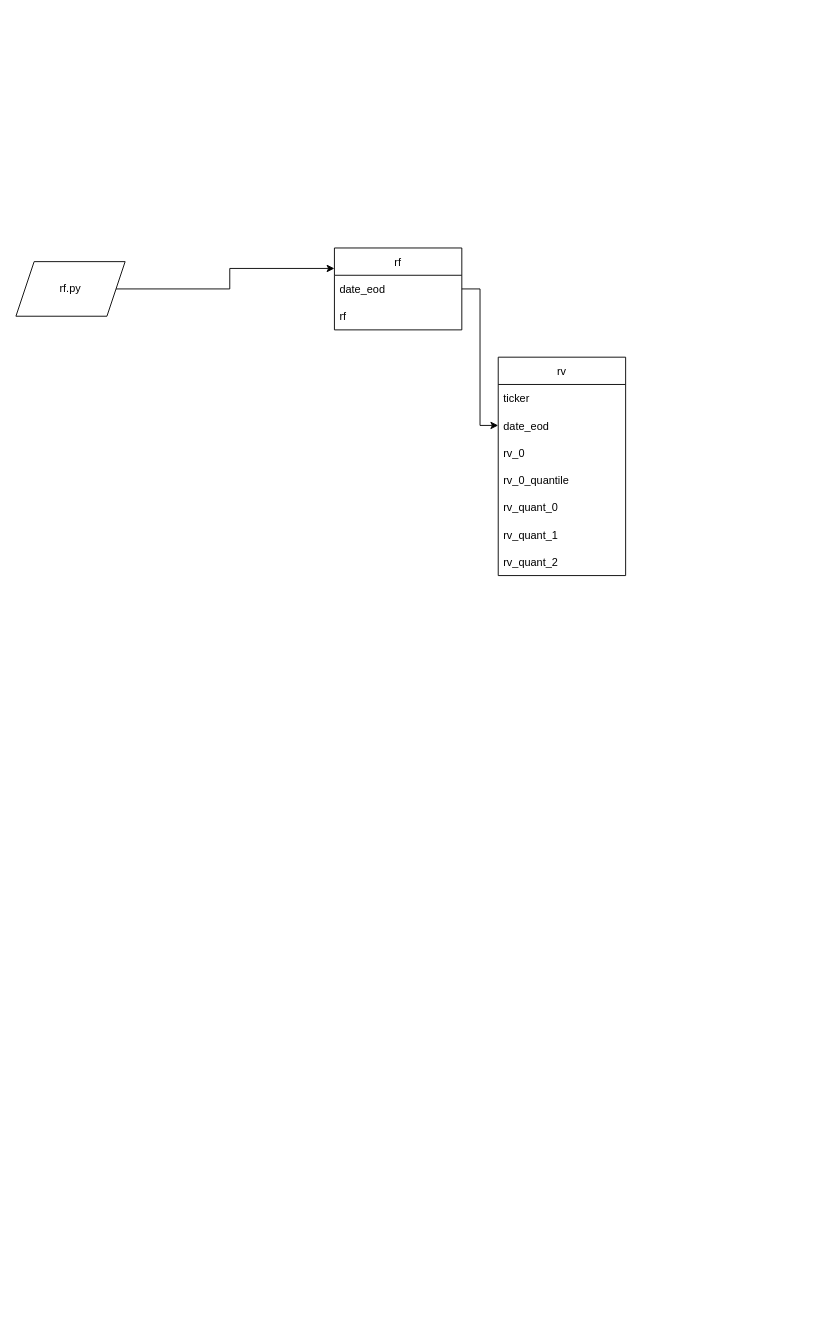
This is Untitled Diagram.drawio from IDontReallyCode/CNGARCH, a draw.io file, before an edit. Source tidied: cells renumbered, new cells numbered last; positions are measured from the earlier drawing's top-left corner, leaving out a move shared by most shapes. Both pictures are drawn from the tidied source at 91%, with x=0, y=0 at pixel (15, 248).
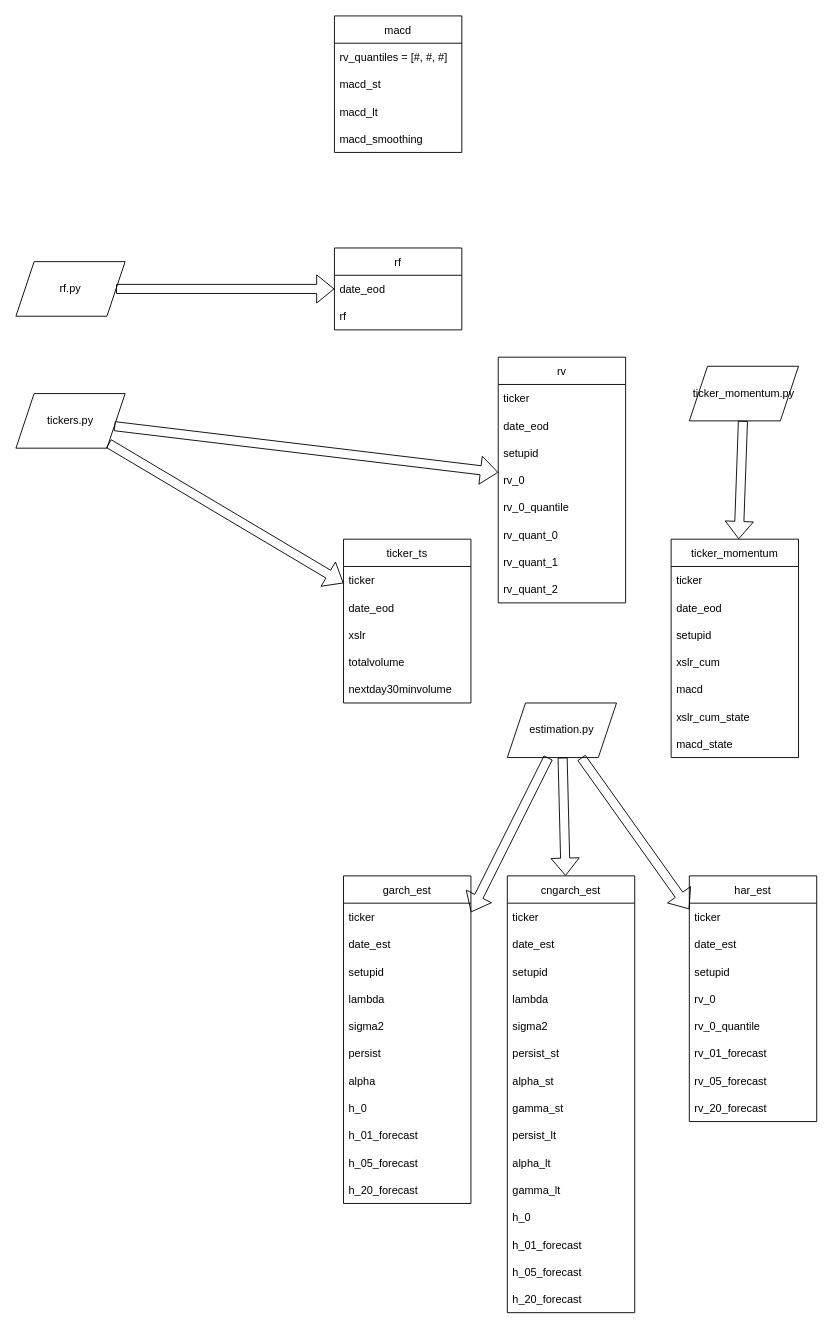
After the change.

Unchanged cells that the change refers to:
```xml
<mxCell id="2" value="rf" style="swimlane;fontStyle=0;horizontal=1;startSize=30;" parent="1" vertex="1">
  <mxGeometry x="350" width="140" height="90" as="geometry" />
</mxCell>
<mxCell id="3" value="date_eod" style="text;strokeColor=none;fillColor=none;align=left;verticalAlign=middle;spacingLeft=4;spacingRight=4;overflow=hidden;points=[[0,0.5],[1,0.5]];portConstraint=eastwest;" parent="2" vertex="1">
  <mxGeometry y="30" width="140" height="30" as="geometry" />
</mxCell>
<mxCell id="7" value="date_eod" style="text;strokeColor=none;fillColor=none;align=left;verticalAlign=middle;spacingLeft=4;spacingRight=4;overflow=hidden;points=[[0,0.5],[1,0.5]];portConstraint=eastwest;" parent="5" vertex="1">
  <mxGeometry y="60" width="140" height="30" as="geometry" />
</mxCell>
```

What changed in the source:
```diff
@@
     <mxCell id="5" value="rv" style="swimlane;fontStyle=0;horizontal=1;startSize=30;" parent="1" vertex="1">
-      <mxGeometry x="530" y="120" width="140" height="240" as="geometry" />
+      <mxGeometry x="530" y="120" width="140" height="270" as="geometry" />
     </mxCell>
@@
+    <mxCell id="16" value="setupid" style="text;strokeColor=none;fillColor=none;align=left;verticalAlign=middle;spacingLeft=4;spacingRight=4;overflow=hidden;" parent="5" vertex="1">
+      <mxGeometry y="90" width="140" height="30" as="geometry" />
+    </mxCell>
     <mxCell id="8" value="rv_0" style="text;strokeColor=none;fillColor=none;align=left;verticalAlign=middle;spacingLeft=4;spacingRight=4;overflow=hidden;" parent="5" vertex="1">
-      <mxGeometry y="90" width="140" height="30" as="geometry" />
+      <mxGeometry y="120" width="140" height="30" as="geometry" />
     </mxCell>
     <mxCell id="9" value="rv_0_quantile" style="text;strokeColor=none;fillColor=none;align=left;verticalAlign=middle;spacingLeft=4;spacingRight=4;overflow=hidden;" parent="5" vertex="1">
-      <mxGeometry y="120" width="140" height="30" as="geometry" />
+      <mxGeometry y="150" width="140" height="30" as="geometry" />
     </mxCell>
     <mxCell id="10" value="rv_quant_0" style="text;strokeColor=none;fillColor=none;align=left;verticalAlign=middle;spacingLeft=4;spacingRight=4;overflow=hidden;" parent="5" vertex="1">
-      <mxGeometry y="150" width="140" height="30" as="geometry" />
+      <mxGeometry y="180" width="140" height="30" as="geometry" />
     </mxCell>
     <mxCell id="11" value="rv_quant_1" style="text;strokeColor=none;fillColor=none;align=left;verticalAlign=middle;spacingLeft=4;spacingRight=4;overflow=hidden;" parent="5" vertex="1">
-      <mxGeometry y="180" width="140" height="30" as="geometry" />
+      <mxGeometry y="210" width="140" height="30" as="geometry" />
     </mxCell>
     <mxCell id="12" value="rv_quant_2" style="text;strokeColor=none;fillColor=none;align=left;verticalAlign=middle;spacingLeft=4;spacingRight=4;overflow=hidden;" parent="5" vertex="1">
-      <mxGeometry y="210" width="140" height="30" as="geometry" />
+      <mxGeometry y="240" width="140" height="30" as="geometry" />
     </mxCell>
-    <mxCell id="13" style="edgeStyle=orthogonalEdgeStyle;rounded=0;jettySize=auto;html=1;exitX=1;exitY=0.5;exitDx=0;exitDy=0;entryX=0;entryY=0.5;entryDx=0;entryDy=0;" parent="1" edge="1" source="3" target="7">
-      <mxGeometry relative="1" as="geometry" />
-    </mxCell>
+    <mxCell id="15" value="rf.py" style="shape=parallelogram;perimeter=parallelogramPerimeter;whiteSpace=wrap;html=1;fixedSize=1;" parent="1" vertex="1">
+      <mxGeometry y="15" width="120" height="60" as="geometry" />
+    </mxCell>
+    <mxCell id="17" value="ticker_ts" style="swimlane;fontStyle=0;horizontal=1;startSize=30;" parent="1" vertex="1">
+      <mxGeometry x="360" y="320" width="140" height="180" as="geometry" />
+    </mxCell>
+    <mxCell id="18" value="ticker" style="text;strokeColor=none;fillColor=none;align=left;verticalAlign=middle;spacingLeft=4;spacingRight=4;overflow=hidden;" parent="17" vertex="1">
+      <mxGeometry y="30" width="140" height="30" as="geometry" />
+    </mxCell>
+    <mxCell id="19" value="date_eod" style="text;strokeColor=none;fillColor=none;align=left;verticalAlign=middle;spacingLeft=4;spacingRight=4;overflow=hidden;" parent="17" vertex="1">
+      <mxGeometry y="60" width="140" height="30" as="geometry" />
+    </mxCell>
+    <mxCell id="20" value="xslr" style="text;strokeColor=none;fillColor=none;align=left;verticalAlign=middle;spacingLeft=4;spacingRight=4;overflow=hidden;" parent="17" vertex="1">
+      <mxGeometry y="90" width="140" height="30" as="geometry" />
+    </mxCell>
+    <mxCell id="21" value="totalvolume" style="text;strokeColor=none;fillColor=none;align=left;verticalAlign=middle;spacingLeft=4;spacingRight=4;overflow=hidden;" parent="17" vertex="1">
+      <mxGeometry y="120" width="140" height="30" as="geometry" />
+    </mxCell>
+    <mxCell id="22" value="nextday30minvolume" style="text;strokeColor=none;fillColor=none;align=left;verticalAlign=middle;spacingLeft=4;spacingRight=4;overflow=hidden;" parent="17" vertex="1">
+      <mxGeometry y="150" width="140" height="30" as="geometry" />
+    </mxCell>
-    <mxCell id="14" style="edgeStyle=orthogonalEdgeStyle;rounded=0;jettySize=auto;html=1;exitX=1;exitY=0.5;exitDx=0;exitDy=0;entryX=0;entryY=0.25;entryDx=0;entryDy=0;" parent="1" edge="1" source="15" target="2">
+    <mxCell id="14" style="shape=flexArrow;endArrow=classic;html=1;rounded=0;" parent="1" edge="1" source="15" target="2">
       <mxGeometry relative="1" as="geometry" />
     </mxCell>
-    <mxCell id="15" value="rf.py" style="shape=parallelogram;perimeter=parallelogramPerimeter;whiteSpace=wrap;html=1;fixedSize=1;" parent="1" vertex="1">
-      <mxGeometry y="15" width="120" height="60" as="geometry" />
-    </mxCell>
+    <mxCell id="23" value="tickers.py" style="shape=parallelogram;perimeter=parallelogramPerimeter;whiteSpace=wrap;html=1;fixedSize=1;" parent="1" vertex="1">
+      <mxGeometry y="160" width="120" height="60" as="geometry" />
+    </mxCell>
+    <mxCell id="24" style="shape=flexArrow;endArrow=classic;html=1;rounded=0;" parent="1" edge="1" source="23" target="17">
+      <mxGeometry relative="1" as="geometry" />
+    </mxCell>
+    <mxCell id="25" style="shape=flexArrow;endArrow=classic;html=1;rounded=0;" parent="1" edge="1" source="23" target="5">
+      <mxGeometry relative="1" as="geometry" />
+    </mxCell>
+    <mxCell id="26" value="garch_est" style="swimlane;fontStyle=0;horizontal=1;startSize=30;" parent="1" vertex="1">
+      <mxGeometry x="360" y="690" width="140" height="360" as="geometry" />
+    </mxCell>
+    <mxCell id="27" value="ticker" style="text;strokeColor=none;fillColor=none;align=left;verticalAlign=middle;spacingLeft=4;spacingRight=4;overflow=hidden;" parent="26" vertex="1">
+      <mxGeometry y="30" width="140" height="30" as="geometry" />
+    </mxCell>
+    <mxCell id="28" value="date_est" style="text;strokeColor=none;fillColor=none;align=left;verticalAlign=middle;spacingLeft=4;spacingRight=4;overflow=hidden;" parent="26" vertex="1">
+      <mxGeometry y="60" width="140" height="30" as="geometry" />
+    </mxCell>
+    <mxCell id="29" value="setupid" style="text;strokeColor=none;fillColor=none;align=left;verticalAlign=middle;spacingLeft=4;spacingRight=4;overflow=hidden;" parent="26" vertex="1">
+      <mxGeometry y="90" width="140" height="30" as="geometry" />
+    </mxCell>
+    <mxCell id="30" value="lambda" style="text;strokeColor=none;fillColor=none;align=left;verticalAlign=middle;spacingLeft=4;spacingRight=4;overflow=hidden;" parent="26" vertex="1">
+      <mxGeometry y="120" width="140" height="30" as="geometry" />
+    </mxCell>
+    <mxCell id="31" value="sigma2" style="text;strokeColor=none;fillColor=none;align=left;verticalAlign=middle;spacingLeft=4;spacingRight=4;overflow=hidden;" parent="26" vertex="1">
+      <mxGeometry y="150" width="140" height="30" as="geometry" />
+    </mxCell>
+    <mxCell id="32" value="persist" style="text;strokeColor=none;fillColor=none;align=left;verticalAlign=middle;spacingLeft=4;spacingRight=4;overflow=hidden;" parent="26" vertex="1">
+      <mxGeometry y="180" width="140" height="30" as="geometry" />
+    </mxCell>
+    <mxCell id="33" value="alpha" style="text;strokeColor=none;fillColor=none;align=left;verticalAlign=middle;spacingLeft=4;spacingRight=4;overflow=hidden;" parent="26" vertex="1">
+      <mxGeometry y="210" width="140" height="30" as="geometry" />
+    </mxCell>
+    <mxCell id="34" value="h_0" style="text;strokeColor=none;fillColor=none;align=left;verticalAlign=middle;spacingLeft=4;spacingRight=4;overflow=hidden;" parent="26" vertex="1">
+      <mxGeometry y="240" width="140" height="30" as="geometry" />
+    </mxCell>
+    <mxCell id="35" value="h_01_forecast" style="text;strokeColor=none;fillColor=none;align=left;verticalAlign=middle;spacingLeft=4;spacingRight=4;overflow=hidden;" parent="26" vertex="1">
+      <mxGeometry y="270" width="140" height="30" as="geometry" />
+    </mxCell>
+    <mxCell id="36" value="h_05_forecast" style="text;strokeColor=none;fillColor=none;align=left;verticalAlign=middle;spacingLeft=4;spacingRight=4;overflow=hidden;" parent="26" vertex="1">
+      <mxGeometry y="300" width="140" height="30" as="geometry" />
+    </mxCell>
+    <mxCell id="37" value="h_20_forecast" style="text;strokeColor=none;fillColor=none;align=left;verticalAlign=middle;spacingLeft=4;spacingRight=4;overflow=hidden;" parent="26" vertex="1">
+      <mxGeometry y="330" width="140" height="30" as="geometry" />
+    </mxCell>
+    <mxCell id="38" value="macd" style="swimlane;fontStyle=0;horizontal=1;startSize=30;" parent="1" vertex="1">
+      <mxGeometry x="350" y="-255" width="140" height="150" as="geometry" />
+    </mxCell>
+    <mxCell id="39" value="rv_quantiles = [#, #, #]" style="text;strokeColor=none;fillColor=none;align=left;verticalAlign=middle;spacingLeft=4;spacingRight=4;overflow=hidden;" parent="38" vertex="1">
+      <mxGeometry y="30" width="140" height="30" as="geometry" />
+    </mxCell>
+    <mxCell id="40" value="macd_st" style="text;strokeColor=none;fillColor=none;align=left;verticalAlign=middle;spacingLeft=4;spacingRight=4;overflow=hidden;" parent="38" vertex="1">
+      <mxGeometry y="60" width="140" height="30" as="geometry" />
+    </mxCell>
+    <mxCell id="41" value="macd_lt" style="text;strokeColor=none;fillColor=none;align=left;verticalAlign=middle;spacingLeft=4;spacingRight=4;overflow=hidden;" parent="38" vertex="1">
+      <mxGeometry y="90" width="140" height="30" as="geometry" />
+    </mxCell>
+    <mxCell id="42" value="macd_smoothing" style="text;strokeColor=none;fillColor=none;align=left;verticalAlign=middle;spacingLeft=4;spacingRight=4;overflow=hidden;" parent="38" vertex="1">
+      <mxGeometry y="120" width="140" height="30" as="geometry" />
+    </mxCell>
+    <mxCell id="43" value="har_est" style="swimlane;fontStyle=0;horizontal=1;startSize=30;" parent="1" vertex="1">
+      <mxGeometry x="740" y="690" width="140" height="270" as="geometry" />
+    </mxCell>
+    <mxCell id="44" value="ticker" style="text;strokeColor=none;fillColor=none;align=left;verticalAlign=middle;spacingLeft=4;spacingRight=4;overflow=hidden;" parent="43" vertex="1">
+      <mxGeometry y="30" width="140" height="30" as="geometry" />
+    </mxCell>
+    <mxCell id="45" value="date_est" style="text;strokeColor=none;fillColor=none;align=left;verticalAlign=middle;spacingLeft=4;spacingRight=4;overflow=hidden;" parent="43" vertex="1">
+      <mxGeometry y="60" width="140" height="30" as="geometry" />
+    </mxCell>
+    <mxCell id="46" value="setupid" style="text;strokeColor=none;fillColor=none;align=left;verticalAlign=middle;spacingLeft=4;spacingRight=4;overflow=hidden;" parent="43" vertex="1">
+      <mxGeometry y="90" width="140" height="30" as="geometry" />
+    </mxCell>
+    <mxCell id="47" value="rv_0" style="text;strokeColor=none;fillColor=none;align=left;verticalAlign=middle;spacingLeft=4;spacingRight=4;overflow=hidden;" parent="43" vertex="1">
+      <mxGeometry y="120" width="140" height="30" as="geometry" />
+    </mxCell>
+    <mxCell id="48" value="rv_0_quantile" style="text;strokeColor=none;fillColor=none;align=left;verticalAlign=middle;spacingLeft=4;spacingRight=4;overflow=hidden;" parent="43" vertex="1">
+      <mxGeometry y="150" width="140" height="30" as="geometry" />
+    </mxCell>
+    <mxCell id="49" value="rv_01_forecast" style="text;strokeColor=none;fillColor=none;align=left;verticalAlign=middle;spacingLeft=4;spacingRight=4;overflow=hidden;" parent="43" vertex="1">
+      <mxGeometry y="180" width="140" height="30" as="geometry" />
+    </mxCell>
+    <mxCell id="50" value="rv_05_forecast" style="text;strokeColor=none;fillColor=none;align=left;verticalAlign=middle;spacingLeft=4;spacingRight=4;overflow=hidden;" parent="43" vertex="1">
+      <mxGeometry y="210" width="140" height="30" as="geometry" />
+    </mxCell>
+    <mxCell id="51" value="rv_20_forecast    " style="text;strokeColor=none;fillColor=none;align=left;verticalAlign=middle;spacingLeft=4;spacingRight=4;overflow=hidden;" parent="43" vertex="1">
+      <mxGeometry y="240" width="140" height="30" as="geometry" />
+    </mxCell>
+    <mxCell id="52" value="ticker_momentum" style="swimlane;fontStyle=0;horizontal=1;startSize=30;" parent="1" vertex="1">
+      <mxGeometry x="720" y="320" width="140" height="240" as="geometry" />
+    </mxCell>
+    <mxCell id="53" value="ticker" style="text;strokeColor=none;fillColor=none;align=left;verticalAlign=middle;spacingLeft=4;spacingRight=4;overflow=hidden;" parent="52" vertex="1">
+      <mxGeometry y="30" width="140" height="30" as="geometry" />
+    </mxCell>
+    <mxCell id="54" value="date_eod" style="text;strokeColor=none;fillColor=none;align=left;verticalAlign=middle;spacingLeft=4;spacingRight=4;overflow=hidden;" parent="52" vertex="1">
+      <mxGeometry y="60" width="140" height="30" as="geometry" />
+    </mxCell>
+    <mxCell id="55" value="setupid" style="text;strokeColor=none;fillColor=none;align=left;verticalAlign=middle;spacingLeft=4;spacingRight=4;overflow=hidden;" parent="52" vertex="1">
+      <mxGeometry y="90" width="140" height="30" as="geometry" />
+    </mxCell>
+    <mxCell id="56" value="xslr_cum" style="text;strokeColor=none;fillColor=none;align=left;verticalAlign=middle;spacingLeft=4;spacingRight=4;overflow=hidden;" parent="52" vertex="1">
+      <mxGeometry y="120" width="140" height="30" as="geometry" />
+    </mxCell>
+    <mxCell id="57" value="macd" style="text;strokeColor=none;fillColor=none;align=left;verticalAlign=middle;spacingLeft=4;spacingRight=4;overflow=hidden;" parent="52" vertex="1">
+      <mxGeometry y="150" width="140" height="30" as="geometry" />
+    </mxCell>
+    <mxCell id="58" value="xslr_cum_state" style="text;strokeColor=none;fillColor=none;align=left;verticalAlign=middle;spacingLeft=4;spacingRight=4;overflow=hidden;" parent="52" vertex="1">
+      <mxGeometry y="180" width="140" height="30" as="geometry" />
+    </mxCell>
+    <mxCell id="59" value="macd_state" style="text;strokeColor=none;fillColor=none;align=left;verticalAlign=middle;spacingLeft=4;spacingRight=4;overflow=hidden;" parent="52" vertex="1">
+      <mxGeometry y="210" width="140" height="30" as="geometry" />
+    </mxCell>
+    <mxCell id="60" value="ticker_momentum.py" style="shape=parallelogram;perimeter=parallelogramPerimeter;whiteSpace=wrap;html=1;fixedSize=1;" parent="1" vertex="1">
+      <mxGeometry x="740" y="130" width="120" height="60" as="geometry" />
+    </mxCell>
+    <mxCell id="61" style="shape=flexArrow;endArrow=classic;html=1;rounded=0;" parent="1" edge="1" source="60" target="52">
+      <mxGeometry relative="1" as="geometry" />
+    </mxCell>
+    <mxCell id="62" value="cngarch_est" style="swimlane;fontStyle=0;horizontal=1;startSize=30;" parent="1" vertex="1">
+      <mxGeometry x="540" y="690" width="140" height="480" as="geometry" />
+    </mxCell>
+    <mxCell id="63" value="ticker" style="text;strokeColor=none;fillColor=none;align=left;verticalAlign=middle;spacingLeft=4;spacingRight=4;overflow=hidden;" parent="62" vertex="1">
+      <mxGeometry y="30" width="140" height="30" as="geometry" />
+    </mxCell>
+    <mxCell id="64" value="date_est" style="text;strokeColor=none;fillColor=none;align=left;verticalAlign=middle;spacingLeft=4;spacingRight=4;overflow=hidden;" parent="62" vertex="1">
+      <mxGeometry y="60" width="140" height="30" as="geometry" />
+    </mxCell>
+    <mxCell id="65" value="setupid" style="text;strokeColor=none;fillColor=none;align=left;verticalAlign=middle;spacingLeft=4;spacingRight=4;overflow=hidden;" parent="62" vertex="1">
+      <mxGeometry y="90" width="140" height="30" as="geometry" />
+    </mxCell>
+    <mxCell id="66" value="lambda" style="text;strokeColor=none;fillColor=none;align=left;verticalAlign=middle;spacingLeft=4;spacingRight=4;overflow=hidden;" parent="62" vertex="1">
+      <mxGeometry y="120" width="140" height="30" as="geometry" />
+    </mxCell>
+    <mxCell id="67" value="sigma2" style="text;strokeColor=none;fillColor=none;align=left;verticalAlign=middle;spacingLeft=4;spacingRight=4;overflow=hidden;" parent="62" vertex="1">
+      <mxGeometry y="150" width="140" height="30" as="geometry" />
+    </mxCell>
+    <mxCell id="68" value="persist_st" style="text;strokeColor=none;fillColor=none;align=left;verticalAlign=middle;spacingLeft=4;spacingRight=4;overflow=hidden;" parent="62" vertex="1">
+      <mxGeometry y="180" width="140" height="30" as="geometry" />
+    </mxCell>
+    <mxCell id="69" value="alpha_st" style="text;strokeColor=none;fillColor=none;align=left;verticalAlign=middle;spacingLeft=4;spacingRight=4;overflow=hidden;" parent="62" vertex="1">
+      <mxGeometry y="210" width="140" height="30" as="geometry" />
+    </mxCell>
+    <mxCell id="70" value="gamma_st" style="text;strokeColor=none;fillColor=none;align=left;verticalAlign=middle;spacingLeft=4;spacingRight=4;overflow=hidden;" parent="62" vertex="1">
+      <mxGeometry y="240" width="140" height="30" as="geometry" />
+    </mxCell>
+    <mxCell id="71" value="persist_lt" style="text;strokeColor=none;fillColor=none;align=left;verticalAlign=middle;spacingLeft=4;spacingRight=4;overflow=hidden;" parent="62" vertex="1">
+      <mxGeometry y="270" width="140" height="30" as="geometry" />
+    </mxCell>
+    <mxCell id="72" value="alpha_lt" style="text;strokeColor=none;fillColor=none;align=left;verticalAlign=middle;spacingLeft=4;spacingRight=4;overflow=hidden;" parent="62" vertex="1">
+      <mxGeometry y="300" width="140" height="30" as="geometry" />
+    </mxCell>
+    <mxCell id="73" value="gamma_lt" style="text;strokeColor=none;fillColor=none;align=left;verticalAlign=middle;spacingLeft=4;spacingRight=4;overflow=hidden;" parent="62" vertex="1">
+      <mxGeometry y="330" width="140" height="30" as="geometry" />
+    </mxCell>
+    <mxCell id="74" value="h_0" style="text;strokeColor=none;fillColor=none;align=left;verticalAlign=middle;spacingLeft=4;spacingRight=4;overflow=hidden;" parent="62" vertex="1">
+      <mxGeometry y="360" width="140" height="30" as="geometry" />
+    </mxCell>
+    <mxCell id="75" value="h_01_forecast" style="text;strokeColor=none;fillColor=none;align=left;verticalAlign=middle;spacingLeft=4;spacingRight=4;overflow=hidden;" parent="62" vertex="1">
+      <mxGeometry y="390" width="140" height="30" as="geometry" />
+    </mxCell>
+    <mxCell id="76" value="h_05_forecast" style="text;strokeColor=none;fillColor=none;align=left;verticalAlign=middle;spacingLeft=4;spacingRight=4;overflow=hidden;" parent="62" vertex="1">
+      <mxGeometry y="420" width="140" height="30" as="geometry" />
+    </mxCell>
+    <mxCell id="77" value="h_20_forecast" style="text;strokeColor=none;fillColor=none;align=left;verticalAlign=middle;spacingLeft=4;spacingRight=4;overflow=hidden;" parent="62" vertex="1">
+      <mxGeometry y="450" width="140" height="30" as="geometry" />
+    </mxCell>
+    <mxCell id="78" value="estimation.py" style="shape=parallelogram;perimeter=parallelogramPerimeter;whiteSpace=wrap;html=1;fixedSize=1;" parent="1" vertex="1">
+      <mxGeometry x="540" y="500" width="120" height="60" as="geometry" />
+    </mxCell>
+    <mxCell id="79" style="shape=flexArrow;endArrow=classic;html=1;rounded=0;" parent="1" edge="1" source="78" target="26">
+      <mxGeometry relative="1" as="geometry" />
+    </mxCell>
+    <mxCell id="80" style="shape=flexArrow;endArrow=classic;html=1;rounded=0;" parent="1" edge="1" source="78" target="62">
+      <mxGeometry relative="1" as="geometry" />
+    </mxCell>
+    <mxCell id="81" style="shape=flexArrow;endArrow=classic;html=1;rounded=0;" parent="1" edge="1" source="78" target="43">
+      <mxGeometry relative="1" as="geometry" />
+    </mxCell>
```
